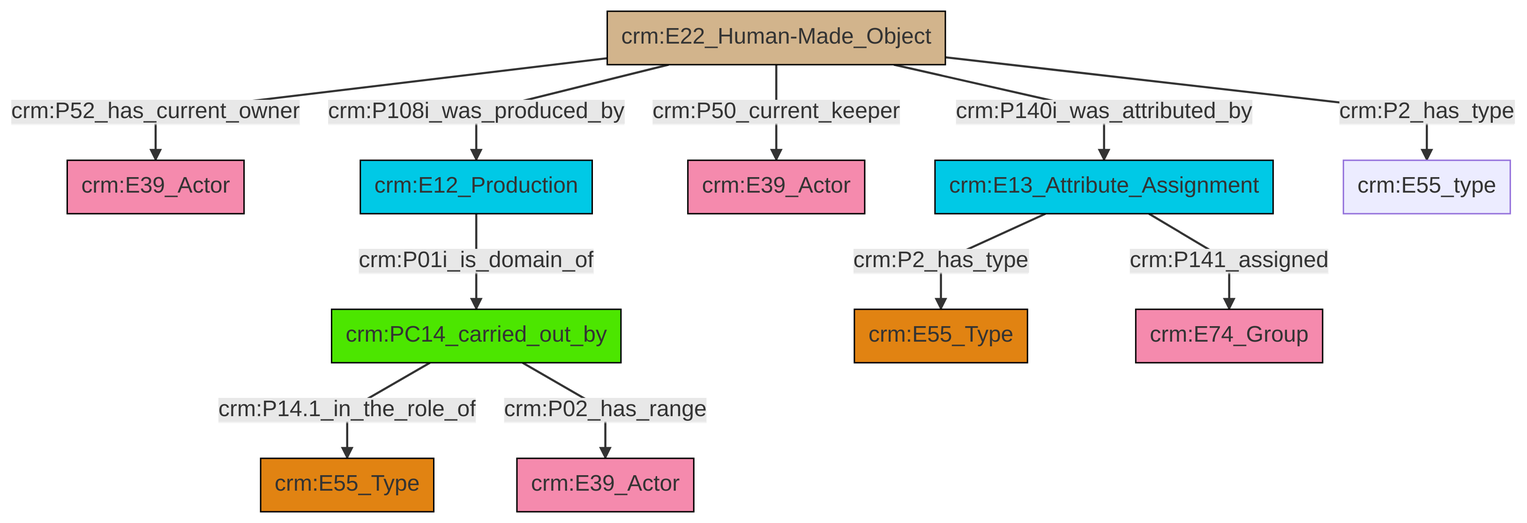
swiss-art-research-net/docs.swissartresearch keeps this Mermaid diagram as et/artworkCSV/ttl/mmd/png/Artwork_Actor_Relations.png. Above is the earlier version. Its source is kept beside it as et/artworkCSV/ttl/mmd/Artwork_Actor_Relations.ttl.mmd.
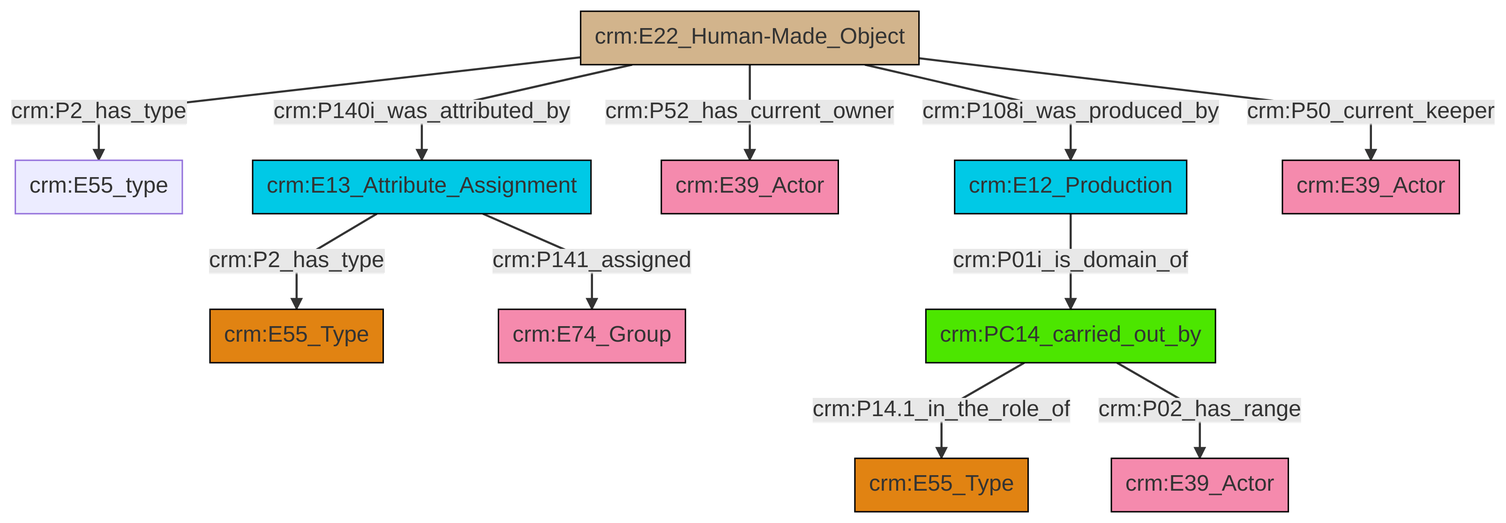
The same file after the commit.

Change to the diagram source:
```diff
@@ -13,13 +13,13 @@
 classDef PC_Classes fill:#4ce600, stroke:#000000;
 classDef Multi fill:#cccccc,stroke:#000000;
 
-0["crm:E13_Attribute_Assignment"]:::Temporal_Entity -->|crm:P2_has_type| 6["crm:E55_Type"]:::Type
-7["crm:E22_Human-Made_Object"]:::Physical_Thing -->|crm:P52_has_current_owner| 8["crm:E39_Actor"]:::Actor
-7["crm:E22_Human-Made_Object"]:::Physical_Thing -->|crm:P108i_was_produced_by| 10["crm:E12_Production"]:::Temporal_Entity
-11["crm:PC14_carried_out_by"]:::PC_Classes -->|crm:P14.1_in_the_role_of| 12["crm:E55_Type"]:::Type
-0["crm:E13_Attribute_Assignment"]:::Temporal_Entity -->|crm:P141_assigned| 13["crm:E74_Group"]:::Actor
-7["crm:E22_Human-Made_Object"]:::Physical_Thing -->|crm:P50_current_keeper| 4["crm:E39_Actor"]:::Actor
-10["crm:E12_Production"]:::Temporal_Entity -->|crm:P01i_is_domain_of| 11["crm:PC14_carried_out_by"]:::PC_Classes
-7["crm:E22_Human-Made_Object"]:::Physical_Thing -->|crm:P140i_was_attributed_by| 0["crm:E13_Attribute_Assignment"]:::Temporal_Entity
-11["crm:PC14_carried_out_by"]:::PC_Classes -->|crm:P02_has_range| 21["crm:E39_Actor"]:::Actor
-7["crm:E22_Human-Made_Object"]:::Physical_Thing -->|crm:P2_has_type| 2["crm:E55_type"]:::Default
+2["crm:E13_Attribute_Assignment"]:::Temporal_Entity -->|crm:P2_has_type| 3["crm:E55_Type"]:::Type
+4["crm:E22_Human-Made_Object"]:::Physical_Thing -->|crm:P2_has_type| 8["crm:E55_type"]:::Default
+12["crm:PC14_carried_out_by"]:::PC_Classes -->|crm:P14.1_in_the_role_of| 10["crm:E55_Type"]:::Type
+4["crm:E22_Human-Made_Object"]:::Physical_Thing -->|crm:P140i_was_attributed_by| 2["crm:E13_Attribute_Assignment"]:::Temporal_Entity
+15["crm:E12_Production"]:::Temporal_Entity -->|crm:P01i_is_domain_of| 12["crm:PC14_carried_out_by"]:::PC_Classes
+12["crm:PC14_carried_out_by"]:::PC_Classes -->|crm:P02_has_range| 6["crm:E39_Actor"]:::Actor
+2["crm:E13_Attribute_Assignment"]:::Temporal_Entity -->|crm:P141_assigned| 13["crm:E74_Group"]:::Actor
+4["crm:E22_Human-Made_Object"]:::Physical_Thing -->|crm:P52_has_current_owner| 16["crm:E39_Actor"]:::Actor
+4["crm:E22_Human-Made_Object"]:::Physical_Thing -->|crm:P108i_was_produced_by| 15["crm:E12_Production"]:::Temporal_Entity
+4["crm:E22_Human-Made_Object"]:::Physical_Thing -->|crm:P50_current_keeper| 0["crm:E39_Actor"]:::Actor
```
